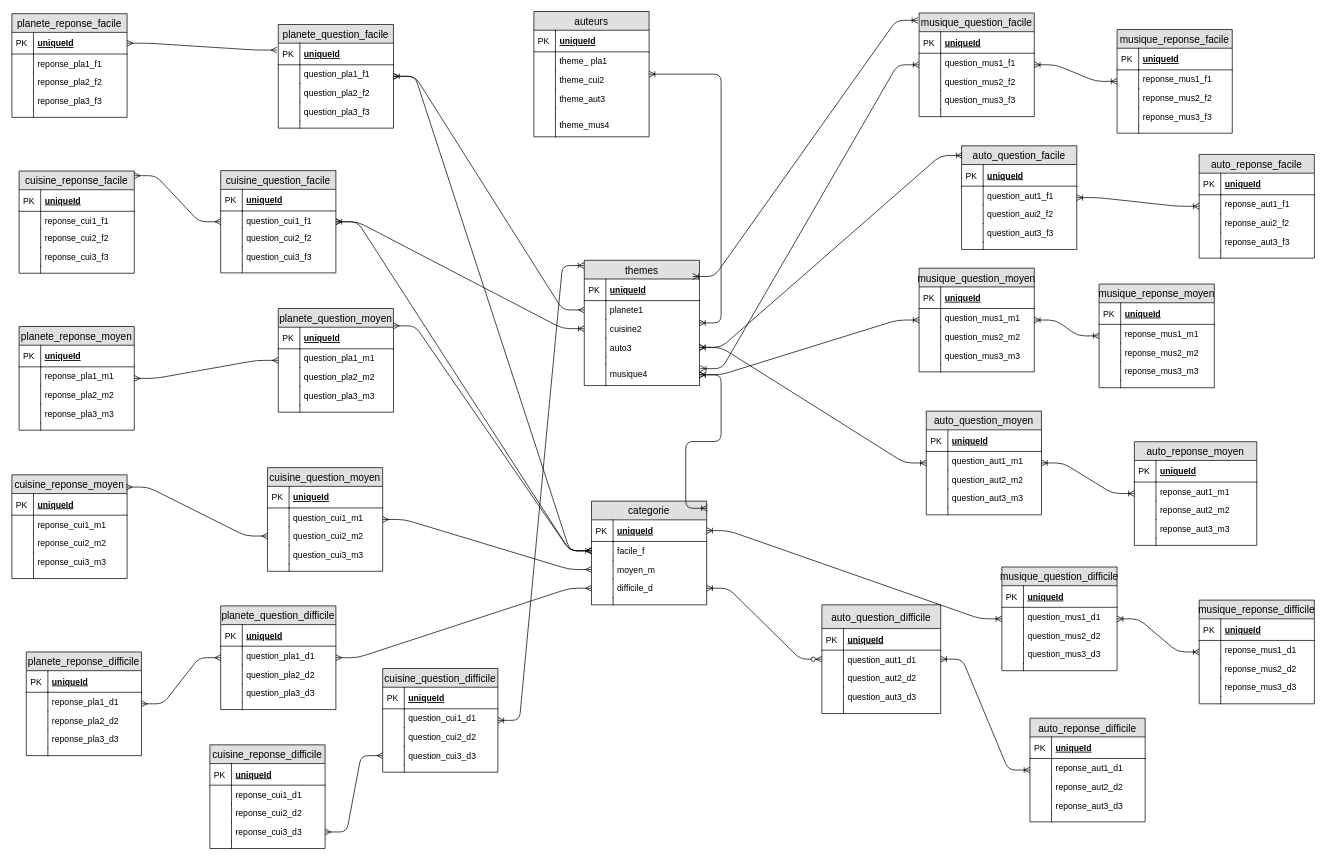
This is quizz.drawio from patrickdumas01/patrick-02-01-PHP, a draw.io file, before an edit. Source tidied: cells renumbered, new cells numbered last; positions are measured from the earlier drawing's top-left corner, leaving out a move shared by most shapes. Both pictures are drawn from the tidied source at 72%, with x=0, y=0 at pixel (12, 12).
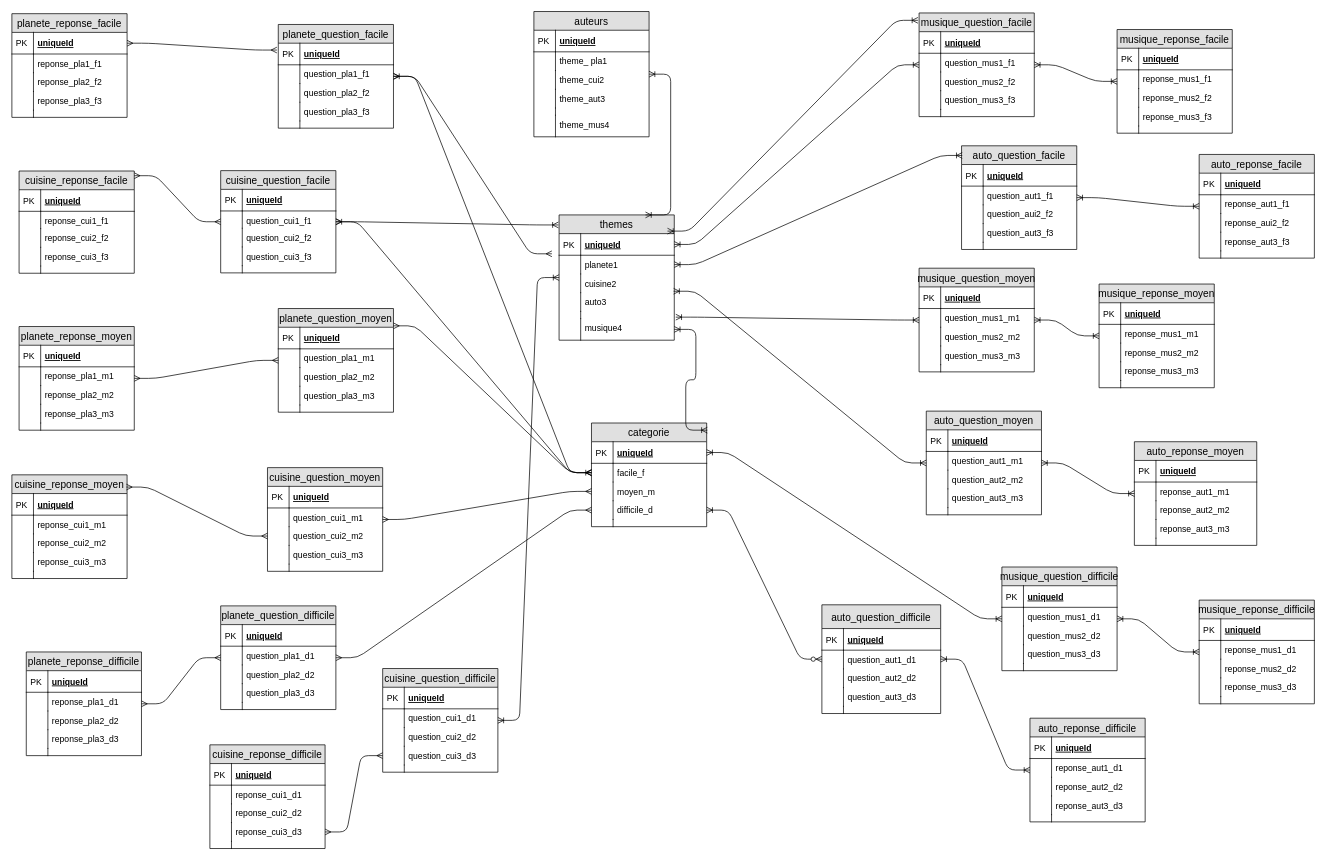
After the change.

The change refers to these unchanged cells:
```xml
<mxCell id="14" value="uniqueId" style="shape=partialRectangle;top=0;left=0;right=0;bottom=1;align=left;verticalAlign=middle;fillColor=none;spacingLeft=34;spacingRight=4;overflow=hidden;points=[[0,0.5],[1,0.5]];portConstraint=eastwest;fontStyle=5;fontSize=12;" parent="13" vertex="1">
  <mxGeometry y="26" width="160" height="30" as="geometry" />
</mxCell>
<mxCell id="16" value="planete1" style="shape=partialRectangle;top=0;left=0;right=0;bottom=0;align=left;verticalAlign=top;fillColor=none;spacingLeft=34;spacingRight=4;overflow=hidden;points=[[0,0.5],[1,0.5]];portConstraint=eastwest;fontSize=12;" parent="13" vertex="1">
  <mxGeometry y="56" width="160" height="26" as="geometry" />
</mxCell>
<mxCell id="18" value="cuisine2" style="shape=partialRectangle;top=0;left=0;right=0;bottom=0;align=left;verticalAlign=top;fillColor=none;spacingLeft=34;spacingRight=4;overflow=hidden;points=[[0,0.5],[1,0.5]];portConstraint=eastwest;fontSize=12;" parent="13" vertex="1">
  <mxGeometry y="82" width="160" height="26" as="geometry" />
</mxCell>
<mxCell id="20" value="auto3" style="shape=partialRectangle;top=0;left=0;right=0;bottom=0;align=left;verticalAlign=top;fillColor=none;spacingLeft=34;spacingRight=4;overflow=hidden;points=[[0,0.5],[1,0.5]];portConstraint=eastwest;fontSize=12;" parent="13" vertex="1">
  <mxGeometry y="108" width="160" height="26" as="geometry" />
</mxCell>
<mxCell id="24" value="musique4" style="shape=partialRectangle;top=0;left=0;right=0;bottom=0;align=left;verticalAlign=top;fillColor=none;spacingLeft=34;spacingRight=4;overflow=hidden;points=[[0,0.5],[1,0.5]];portConstraint=eastwest;fontSize=12;" parent="13" vertex="1">
  <mxGeometry y="144" width="160" height="30" as="geometry" />
</mxCell>
<mxCell id="26" value="planete_question_facile" style="swimlane;fontStyle=0;horizontal=1;startSize=26;fillColor=#e0e0e0;swimlaneFillColor=#ffffff;align=center;fontSize=14;" parent="1" vertex="1">
  <mxGeometry x="370" y="17.5" width="160" height="144" as="geometry" />
</mxCell>
<mxCell id="59" value="cuisine_question_facile" style="swimlane;fontStyle=0;horizontal=1;startSize=26;fillColor=#e0e0e0;swimlaneFillColor=#ffffff;align=center;fontSize=14;" parent="1" vertex="1">
  <mxGeometry x="290" y="220.5" width="160" height="142" as="geometry" />
</mxCell>
<mxCell id="70" value="cuisine_question_difficile" style="swimlane;fontStyle=0;horizontal=1;startSize=26;fillColor=#e0e0e0;swimlaneFillColor=#ffffff;align=center;fontSize=14;" parent="1" vertex="1">
  <mxGeometry x="515" y="912" width="160" height="144" as="geometry" />
</mxCell>
<mxCell id="92" value="auto_question_facile" style="swimlane;fontStyle=0;horizontal=1;startSize=26;fillColor=#e0e0e0;swimlaneFillColor=#ffffff;align=center;fontSize=14;" parent="1" vertex="1">
  <mxGeometry x="1319" y="186" width="160" height="144" as="geometry" />
</mxCell>
<mxCell id="114" value="auto_question_moyen" style="swimlane;fontStyle=0;horizontal=1;startSize=26;fillColor=#e0e0e0;swimlaneFillColor=#ffffff;align=center;fontSize=14;" parent="1" vertex="1">
  <mxGeometry x="1270" y="554.5" width="160" height="144" as="geometry" />
</mxCell>
<mxCell id="125" value="musique_question_facile" style="swimlane;fontStyle=0;horizontal=1;startSize=26;fillColor=#e0e0e0;swimlaneFillColor=#ffffff;align=center;fontSize=14;" parent="1" vertex="1">
  <mxGeometry x="1260" y="1.5" width="160" height="144" as="geometry" />
</mxCell>
<mxCell id="147" value="musique_question_moyen" style="swimlane;fontStyle=0;horizontal=1;startSize=26;fillColor=#e0e0e0;swimlaneFillColor=#ffffff;align=center;fontSize=14;" parent="1" vertex="1">
  <mxGeometry x="1260" y="356" width="160" height="144" as="geometry" />
</mxCell>
<mxCell id="158" value="auteurs" style="swimlane;fontStyle=0;horizontal=1;startSize=26;fillColor=#e0e0e0;swimlaneFillColor=#ffffff;align=center;fontSize=14;" parent="1" vertex="1">
  <mxGeometry x="725" y="-0.5" width="160" height="174" as="geometry" />
</mxCell>
```

The edit, as a diff of the source:
```diff
@@
     <mxCell id="2" value="categorie" style="swimlane;fontStyle=0;horizontal=1;startSize=26;fillColor=#e0e0e0;swimlaneFillColor=#ffffff;align=center;fontSize=14;" parent="1" vertex="1">
-      <mxGeometry x="805" y="679.5" width="160" height="144" as="geometry" />
+      <mxGeometry x="805" y="571" width="160" height="144" as="geometry" />
     </mxCell>
@@
     <mxCell id="13" value="themes" style="swimlane;fontStyle=0;horizontal=1;startSize=26;fillColor=#e0e0e0;swimlaneFillColor=#ffffff;align=center;fontSize=14;" parent="1" vertex="1">
-      <mxGeometry x="795" y="345" width="160" height="174" as="geometry" />
+      <mxGeometry x="760" y="282" width="160" height="174" as="geometry" />
     </mxCell>
@@
-    <mxCell id="306" style="edgeStyle=entityRelationEdgeStyle;fontSize=12;html=1;endArrow=ERmany;startArrow=ERmany;" parent="1" edge="1" source="26" target="16">
-      <mxGeometry relative="1" as="geometry" />
+    <mxCell id="306" style="edgeStyle=entityRelationEdgeStyle;fontSize=12;html=1;endArrow=ERmany;startArrow=ERmany;" parent="1" edge="1" source="26">
+      <mxGeometry relative="1" as="geometry">
+        <mxPoint x="750" y="336" as="targetPoint" />
+      </mxGeometry>
     </mxCell>
@@
-    <mxCell id="312" style="edgeStyle=entityRelationEdgeStyle;fontSize=12;html=1;endArrow=ERoneToMany;startArrow=ERoneToMany;" parent="1" edge="1" source="158" target="13">
+    <mxCell id="312" style="edgeStyle=entityRelationEdgeStyle;fontSize=12;html=1;endArrow=ERoneToMany;startArrow=ERoneToMany;entryX=0.75;entryY=0;entryDx=0;entryDy=0;" parent="1" edge="1" source="158" target="13">
       <mxGeometry relative="1" as="geometry" />
     </mxCell>
@@
-    <mxCell id="317" style="edgeStyle=entityRelationEdgeStyle;fontSize=12;html=1;endArrow=ERoneToMany;startArrow=ERoneToMany;entryX=0;entryY=0.5;entryDx=0;entryDy=0;" parent="1" edge="1" source="59" target="18">
+    <mxCell id="317" style="edgeStyle=entityRelationEdgeStyle;fontSize=12;html=1;endArrow=ERoneToMany;startArrow=ERoneToMany;entryX=-0.006;entryY=0.08;entryDx=0;entryDy=0;entryPerimeter=0;" parent="1" edge="1" source="59" target="13">
       <mxGeometry relative="1" as="geometry" />
     </mxCell>
-    <mxCell id="318" style="edgeStyle=entityRelationEdgeStyle;fontSize=12;html=1;endArrow=ERoneToMany;startArrow=ERoneToMany;exitX=1.007;exitY=0.217;exitDx=0;exitDy=0;exitPerimeter=0;" parent="1" edge="1" source="24" target="125">
+    <mxCell id="318" style="edgeStyle=entityRelationEdgeStyle;fontSize=12;html=1;endArrow=ERoneToMany;startArrow=ERoneToMany;exitX=1;exitY=0.5;exitDx=0;exitDy=0;" parent="1" edge="1" source="14" target="125">
       <mxGeometry relative="1" as="geometry" />
     </mxCell>
-    <mxCell id="319" style="edgeStyle=entityRelationEdgeStyle;fontSize=12;html=1;endArrow=ERoneToMany;startArrow=ERoneToMany;entryX=0.006;entryY=0.093;entryDx=0;entryDy=0;entryPerimeter=0;" parent="1" edge="1" source="20" target="92">
+    <mxCell id="319" style="edgeStyle=entityRelationEdgeStyle;fontSize=12;html=1;endArrow=ERoneToMany;startArrow=ERoneToMany;entryX=0.006;entryY=0.093;entryDx=0;entryDy=0;entryPerimeter=0;exitX=1;exitY=0.5;exitDx=0;exitDy=0;" parent="1" edge="1" source="16" target="92">
       <mxGeometry relative="1" as="geometry" />
     </mxCell>
-    <mxCell id="320" style="edgeStyle=entityRelationEdgeStyle;fontSize=12;html=1;endArrow=ERoneToMany;startArrow=ERoneToMany;exitX=1;exitY=0.5;exitDx=0;exitDy=0;" parent="1" edge="1" source="24" target="147">
+    <mxCell id="320" style="edgeStyle=entityRelationEdgeStyle;fontSize=12;html=1;endArrow=ERoneToMany;startArrow=ERoneToMany;exitX=1.013;exitY=-0.067;exitDx=0;exitDy=0;exitPerimeter=0;" parent="1" edge="1" source="24" target="147">
       <mxGeometry relative="1" as="geometry" />
     </mxCell>
-    <mxCell id="321" style="edgeStyle=entityRelationEdgeStyle;fontSize=12;html=1;endArrow=ERoneToMany;startArrow=ERoneToMany;exitX=1;exitY=0.5;exitDx=0;exitDy=0;" parent="1" edge="1" source="20" target="114">
+    <mxCell id="321" style="edgeStyle=entityRelationEdgeStyle;fontSize=12;html=1;endArrow=ERoneToMany;startArrow=ERoneToMany;exitX=0.994;exitY=0.923;exitDx=0;exitDy=0;exitPerimeter=0;" parent="1" edge="1" source="18" target="114">
       <mxGeometry relative="1" as="geometry" />
     </mxCell>
@@
-    <mxCell id="331" style="edgeStyle=entityRelationEdgeStyle;fontSize=12;html=1;endArrow=ERoneToMany;startArrow=ERoneToMany;entryX=-0.002;entryY=0.042;entryDx=0;entryDy=0;entryPerimeter=0;" parent="1" edge="1" source="70" target="13">
+    <mxCell id="331" style="edgeStyle=entityRelationEdgeStyle;fontSize=12;html=1;endArrow=ERoneToMany;startArrow=ERoneToMany;" parent="1" edge="1" source="70" target="13">
       <mxGeometry relative="1" as="geometry" />
     </mxCell>
```
